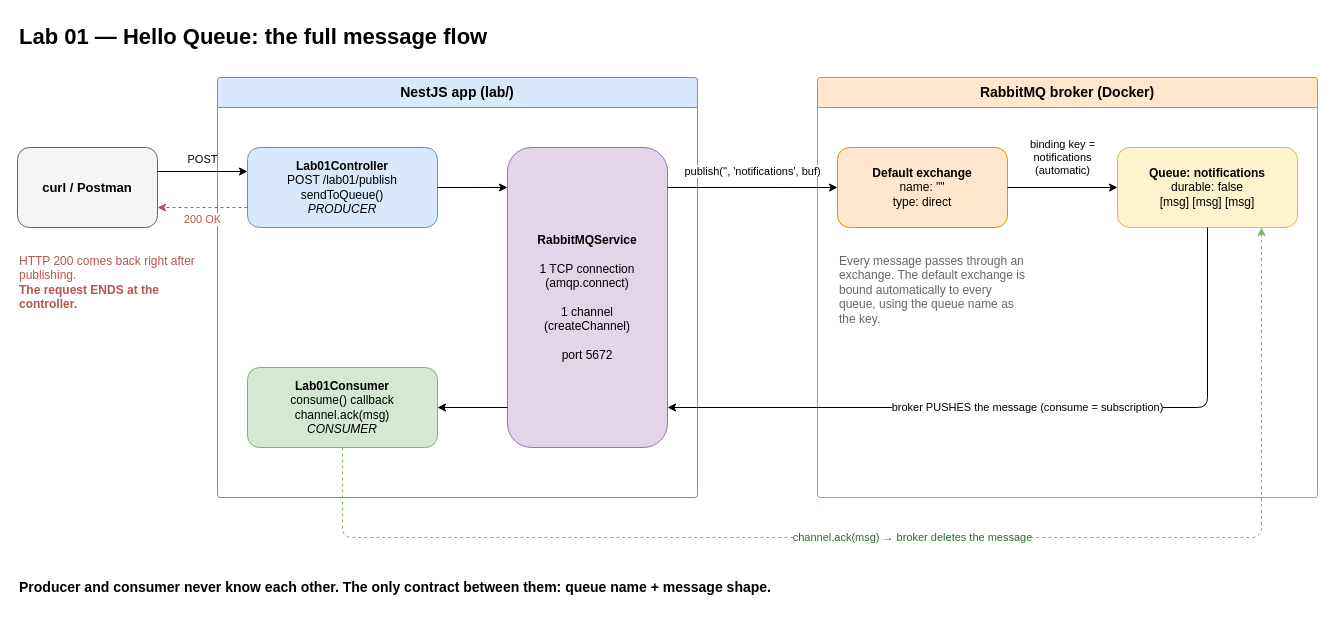
Hassank455/rabbitmq-nestjs-lab keeps this draw.io diagram as lab/src/labs/lab01-hello-queue/diagrams/lab01-flow.drawio. Above is the earlier version. Source tidied: cells renumbered, new cells numbered last; positions are measured from the earlier drawing's top-left corner, leaving out a move shared by most shapes. Both pictures are drawn from the tidied source at 100%, with x=0, y=0 at pixel (17, 17).
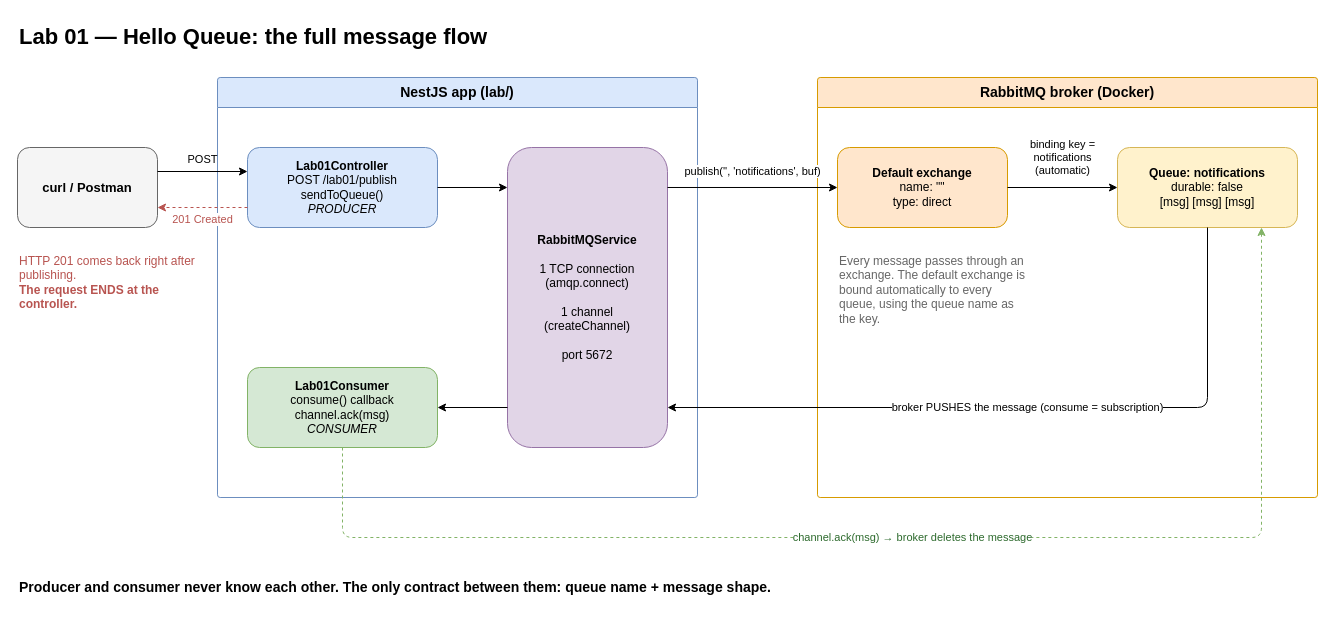
The same page after the edit.

Unchanged cells that the change refers to:
```xml
<mxCell id="3" value="&lt;b&gt;curl / Postman&lt;/b&gt;" style="rounded=1;whiteSpace=wrap;html=1;fontSize=13;fillColor=#f5f5f5;strokeColor=#666666;" parent="1" vertex="1">
  <mxGeometry y="130" width="140" height="80" as="geometry" />
</mxCell>
<mxCell id="6" value="&lt;b&gt;Lab01Controller&lt;/b&gt;&lt;br&gt;POST /lab01/publish&lt;br&gt;sendToQueue()&lt;br&gt;&lt;i&gt;PRODUCER&lt;/i&gt;" style="rounded=1;whiteSpace=wrap;html=1;fontSize=12;fillColor=#dae8fc;strokeColor=#6c8ebf;" parent="5" vertex="1">
  <mxGeometry x="30" y="70" width="190" height="80" as="geometry" />
</mxCell>
```

What changed in the source:
```diff
@@
-    <mxCell id="4" value="HTTP 200 comes back right after publishing.&lt;br&gt;&lt;b&gt;The request ENDS at the controller.&lt;/b&gt;" style="text;html=1;whiteSpace=wrap;align=left;verticalAlign=top;fontSize=12;fontColor=#b85450;" parent="1" vertex="1">
+    <mxCell id="4" value="HTTP 201 comes back right after publishing.&lt;br&gt;&lt;b&gt;The request ENDS at the controller.&lt;/b&gt;" style="text;html=1;whiteSpace=wrap;align=left;verticalAlign=top;fontSize=12;fontColor=#b85450;" parent="1" vertex="1">
       <mxGeometry y="230" width="180" height="80" as="geometry" />
     </mxCell>
@@
-    <mxCell id="15" value="200 OK" style="edgeStyle=orthogonalEdgeStyle;rounded=1;jettySize=auto;html=1;fontSize=11;labelBackgroundColor=#ffffff;dashed=1;strokeColor=#b85450;fontColor=#b85450;exitX=0;exitY=0.75;exitDx=0;exitDy=0;entryX=1;entryY=0.75;entryDx=0;entryDy=0;" parent="1" edge="1" source="6" target="3">
+    <mxCell id="15" value="201 Created" style="edgeStyle=orthogonalEdgeStyle;rounded=1;jettySize=auto;html=1;fontSize=11;labelBackgroundColor=#ffffff;dashed=1;strokeColor=#b85450;fontColor=#b85450;exitX=0;exitY=0.75;exitDx=0;exitDy=0;entryX=1;entryY=0.75;entryDx=0;entryDy=0;" parent="1" edge="1" source="6" target="3">
       <mxGeometry relative="1" as="geometry">
         <mxPoint y="12" as="offset" />
       </mxGeometry>
     </mxCell>
```
